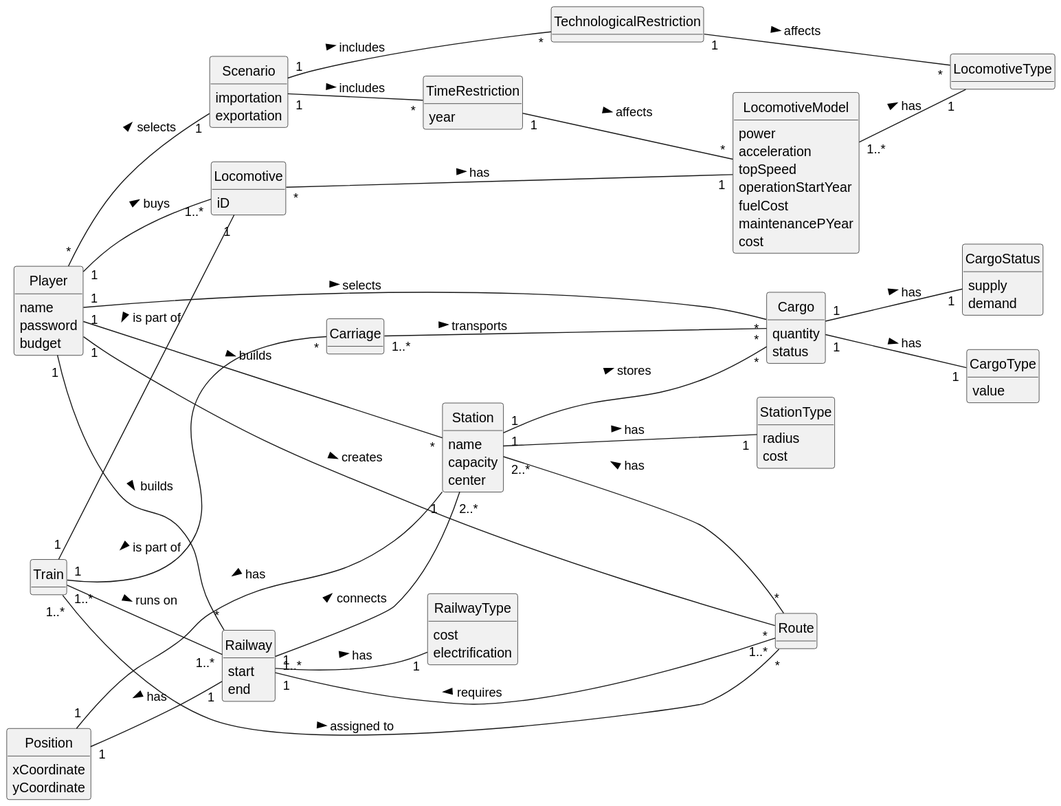
Earlier version of the PlantUML export Sprint3/US010/02.analysis/svg/US010-DM.svg (1240935/pi2-railway-simulator).
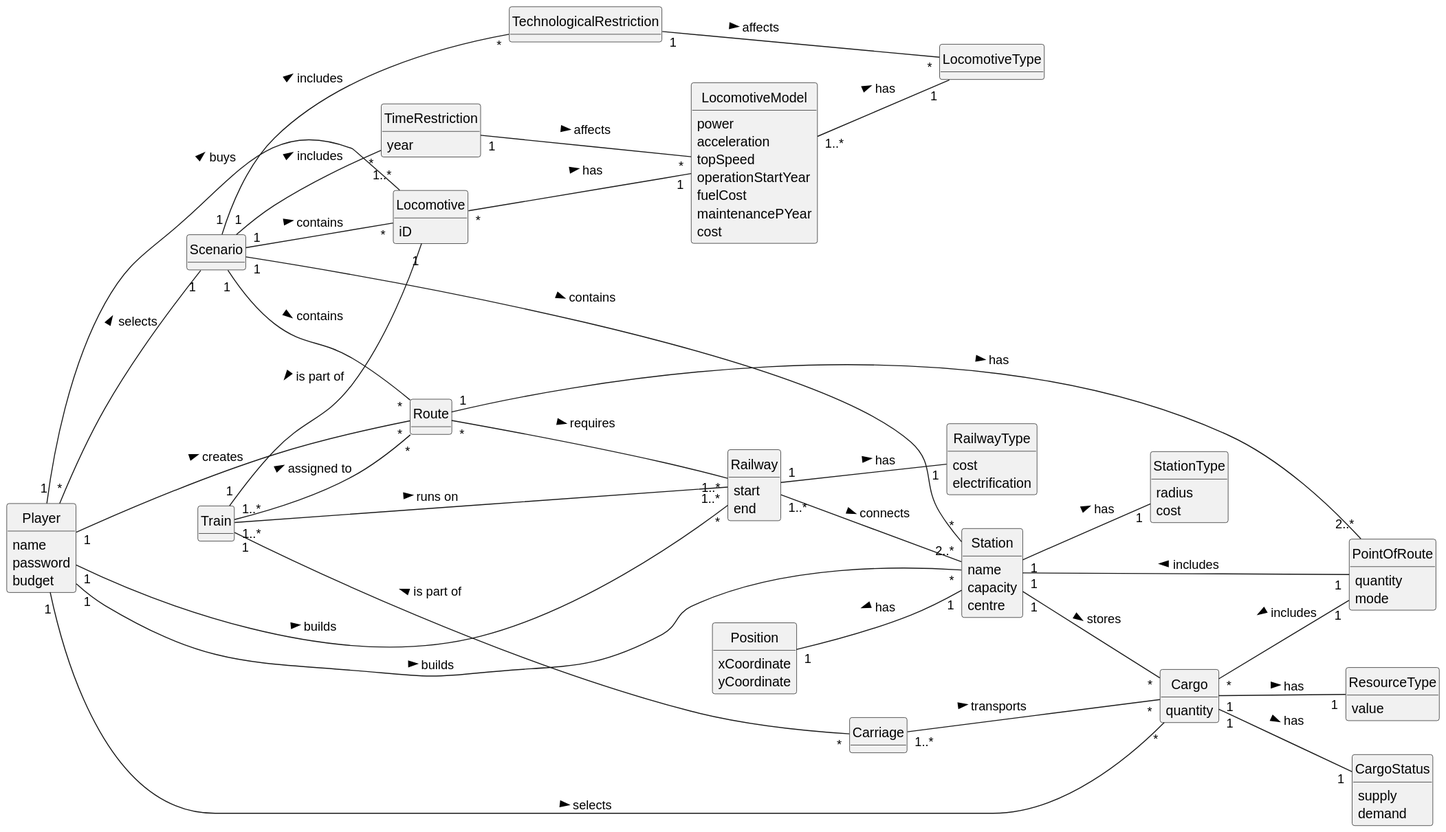
After the change.

Change to the diagram source:
```diff
@@ -37,7 +37,7 @@
 class Station {
     name
     capacity
-    center
+    centre
 }
 
 class StationType{
@@ -47,10 +47,9 @@
 
 class Cargo {
     quantity
-    status
 }
 
-class CargoType{
+class ResourceType{
     value
 }
 
@@ -83,8 +82,6 @@
 }
 
 class Scenario{
-    importation
-    exportation
 }
 
 class CargoStatus{
@@ -92,7 +89,10 @@
     demand
 }
 
-
+class PointOfRoute{
+    quantity
+    mode
+}
 
 Player "*" -- "1" Scenario : selects >
 Player "1" -- "*" Station : builds >
@@ -103,29 +103,34 @@
 
 Scenario "1" -- "*" TechnologicalRestriction: includes >
 Scenario "1" -- "*" TimeRestriction: includes >
+Scenario "1" -- "*" Station: contains >
+Scenario "1" -- "*" Route: contains >
+Scenario "1" -- "*" Locomotive: contains >
 
 TimeRestriction "1" -- "*" LocomotiveModel: affects >
+
 TechnologicalRestriction "1" -- "*" LocomotiveType: affects >
 
 Position "1" -- "1" Station: has <
-Position "1" -- "1" Railway: has <
 
 Station "1" -- "*" Cargo : stores >
-Station "2..*" -- "*" Route: has <
 Station "1" -- "1" StationType: has >
+Station "1" -- "1" PointOfRoute: includes <
 
 Locomotive "*" -- "1" LocomotiveModel: has >
 LocomotiveModel "1..*" -- "1" LocomotiveType: has >
 
-
 Carriage "1..*" -- "*" Cargo: transports >
 
-Railway "1" -- "1..*" Route: requires <
 Railway "1..*" -- "2..*" Station : connects >
 Railway "1" -- "1" RailwayType: has >
 
-Cargo "1" -- "1" CargoType: has >
+Cargo "1" -- "1" ResourceType: has >
 Cargo "1" -- "1" CargoStatus: has >
+Cargo "*" -- "1" PointOfRoute: includes <
+
+Route "*" -- "1..*" Railway: requires >
+Route "1" -- "2..*" PointOfRoute: has >
 
 Train "1" -- "1" Locomotive: is part of <
 Train "1" -- "*" Carriage: is part of <
```
